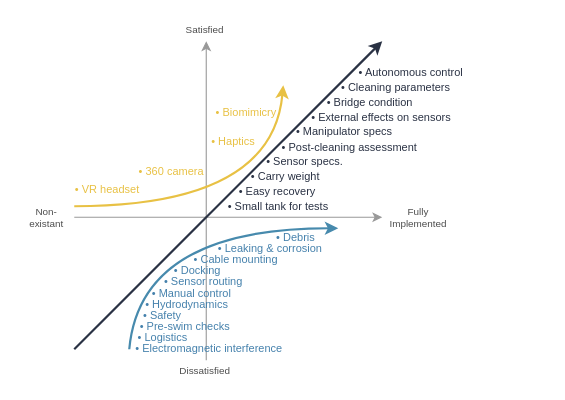
Before: page "kano_spir" (3 of 3) of assets/docs/posts/2025/kano.drawio in Woolfrey/woolfrey.github.io, a draw.io diagram. Source tidied: cells renumbered, new cells numbered last; positions are measured from the earlier drawing's top-left corner, leaving out a move shared by most shapes. Both pictures are drawn from the tidied source at 110%, with x=0, y=0 at pixel (19, 19).
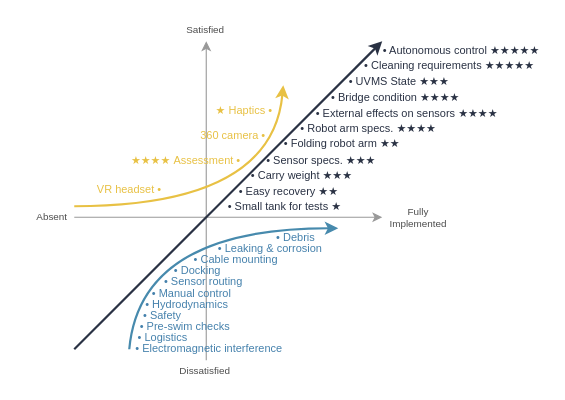
The same page after the edit.

Change to the diagram source:
```diff
@@
-    <mxCell id="5" value="Non-&lt;br&gt;existant" style="text;html=1;strokeColor=none;fillColor=none;align=center;verticalAlign=middle;whiteSpace=wrap;rounded=0;fontColor=#4D4D4D;fontSize=9;" parent="1" vertex="1">
-      <mxGeometry y="170" width="50" height="20" as="geometry" />
+    <mxCell id="5" value="Absent" style="text;html=1;strokeColor=none;fillColor=none;align=center;verticalAlign=middle;whiteSpace=wrap;rounded=0;fontColor=#4D4D4D;fontSize=9;" parent="1" vertex="1">
+      <mxGeometry x="10" y="170" width="40" height="20" as="geometry" />
     </mxCell>
     <mxCell id="6" value="Satisfied" style="text;html=1;strokeColor=none;fillColor=none;align=center;verticalAlign=middle;whiteSpace=wrap;rounded=0;fontColor=#4D4D4D;fontSize=9;" parent="1" vertex="1">
-      <mxGeometry x="129" width="80" height="20" as="geometry" />
+      <mxGeometry x="144.5" width="49" height="20" as="geometry" />
     </mxCell>
@@
-    <mxCell id="11" value="• Small tank for tests" style="text;html=1;strokeColor=none;fillColor=none;align=left;verticalAlign=middle;whiteSpace=wrap;rounded=0;fontSize=10;fontColor=#2A3244;" parent="1" vertex="1">
-      <mxGeometry x="188" y="160" width="100" height="20" as="geometry" />
+    <mxCell id="11" value="• Small tank for tests&amp;nbsp;★" style="text;html=1;strokeColor=none;fillColor=none;align=left;verticalAlign=middle;whiteSpace=wrap;rounded=0;fontSize=10;fontColor=#2A3244;" parent="1" vertex="1">
+      <mxGeometry x="188" y="160" width="122" height="20" as="geometry" />
     </mxCell>
-    <mxCell id="12" value="• Easy recovery" style="text;html=1;strokeColor=none;fillColor=none;align=left;verticalAlign=middle;whiteSpace=wrap;rounded=0;fontSize=10;flipV=1;flipH=0;fontColor=#2A3244;" parent="1" vertex="1">
+    <mxCell id="12" value="• Easy recovery&amp;nbsp;★★" style="text;html=1;strokeColor=none;fillColor=none;align=left;verticalAlign=middle;whiteSpace=wrap;rounded=0;fontSize=10;flipV=1;flipH=0;fontColor=#2A3244;" parent="1" vertex="1">
       <mxGeometry x="198" y="148" width="100" height="16" as="geometry" />
     </mxCell>
-    <mxCell id="13" value="• Carry weight" style="text;html=1;strokeColor=none;fillColor=none;align=left;verticalAlign=middle;whiteSpace=wrap;rounded=0;fontSize=10;flipV=1;flipH=0;fontColor=#2A3244;" parent="1" vertex="1">
-      <mxGeometry x="209" y="135" width="70" height="16" as="geometry" />
+    <mxCell id="13" value="• Carry weight&amp;nbsp;★★★" style="text;html=1;strokeColor=none;fillColor=none;align=left;verticalAlign=middle;whiteSpace=wrap;rounded=0;fontSize=10;flipV=1;flipH=0;fontColor=#2A3244;" parent="1" vertex="1">
+      <mxGeometry x="209" y="134" width="101" height="16" as="geometry" />
     </mxCell>
-    <mxCell id="14" value="• Sensor specs." style="text;html=1;strokeColor=none;fillColor=none;align=left;verticalAlign=middle;whiteSpace=wrap;rounded=0;fontSize=10;flipV=1;flipH=0;fontColor=#2A3244;" parent="1" vertex="1">
-      <mxGeometry x="223" y="121" width="90" height="16" as="geometry" />
+    <mxCell id="14" value="• Sensor specs.&amp;nbsp;★★★" style="text;html=1;strokeColor=none;fillColor=none;align=left;verticalAlign=middle;whiteSpace=wrap;rounded=0;fontSize=10;flipV=1;flipH=0;fontColor=#2A3244;" parent="1" vertex="1">
+      <mxGeometry x="223" y="120" width="107" height="16" as="geometry" />
     </mxCell>
-    <mxCell id="15" value="• Post-cleaning assessment" style="text;html=1;strokeColor=none;fillColor=none;align=left;verticalAlign=middle;whiteSpace=wrap;rounded=0;fontSize=10;flipV=1;flipH=0;fontColor=#2A3244;" parent="1" vertex="1">
-      <mxGeometry x="237" y="108" width="130" height="16" as="geometry" />
+    <mxCell id="15" value="• Folding robot arm&amp;nbsp;★★" style="text;html=1;strokeColor=none;fillColor=none;align=left;verticalAlign=middle;whiteSpace=wrap;rounded=0;fontSize=10;flipV=1;flipH=0;fontColor=#2A3244;" parent="1" vertex="1">
+      <mxGeometry x="239" y="105" width="130" height="16" as="geometry" />
     </mxCell>
-    <mxCell id="16" value="• Manipulator specs" style="text;html=1;strokeColor=none;fillColor=none;align=left;verticalAlign=middle;whiteSpace=wrap;rounded=0;fontSize=10;flipV=1;flipH=0;fontColor=#2A3244;" parent="1" vertex="1">
-      <mxGeometry x="250" y="94" width="93" height="16" as="geometry" />
+    <mxCell id="16" value="• Robot arm specs. ★★★★" style="text;html=1;strokeColor=none;fillColor=none;align=left;verticalAlign=middle;whiteSpace=wrap;rounded=0;fontSize=10;flipV=1;flipH=0;fontColor=#2A3244;" parent="1" vertex="1">
+      <mxGeometry x="254" y="91" width="136" height="16" as="geometry" />
     </mxCell>
-    <mxCell id="17" value="• External effects on sensors" style="text;html=1;strokeColor=none;fillColor=none;align=left;verticalAlign=middle;whiteSpace=wrap;rounded=0;fontSize=10;flipV=1;flipH=0;fontColor=#2A3244;" parent="1" vertex="1">
-      <mxGeometry x="263.5" y="81" width="131.5" height="16" as="geometry" />
+    <mxCell id="17" value="• External effects on sensors&amp;nbsp;★★★★" style="text;html=1;strokeColor=none;fillColor=none;align=left;verticalAlign=middle;whiteSpace=wrap;rounded=0;fontSize=10;flipV=1;flipH=0;fontColor=#2A3244;" parent="1" vertex="1">
+      <mxGeometry x="267.5" y="77" width="172.5" height="16" as="geometry" />
     </mxCell>
-    <mxCell id="18" value="• Bridge condition" style="text;html=1;strokeColor=none;fillColor=none;align=left;verticalAlign=middle;whiteSpace=wrap;rounded=0;fontSize=10;flipV=1;flipH=0;fontColor=#2A3244;" parent="1" vertex="1">
-      <mxGeometry x="278" y="67" width="82" height="16" as="geometry" />
+    <mxCell id="18" value="• Bridge condition&amp;nbsp;★★★★" style="text;html=1;strokeColor=none;fillColor=none;align=left;verticalAlign=middle;whiteSpace=wrap;rounded=0;fontSize=10;flipV=1;flipH=0;fontColor=#2A3244;" parent="1" vertex="1">
+      <mxGeometry x="282" y="63" width="128" height="16" as="geometry" />
     </mxCell>
-    <mxCell id="19" value="• Cleaning parameters" style="text;html=1;strokeColor=none;fillColor=none;align=left;verticalAlign=middle;whiteSpace=wrap;rounded=0;fontSize=10;flipV=1;flipH=0;fontColor=#2A3244;" parent="1" vertex="1">
-      <mxGeometry x="291" y="54" width="102" height="16" as="geometry" />
+    <mxCell id="19" value="• Cleaning requirements&amp;nbsp;★★★★★" style="text;html=1;strokeColor=none;fillColor=none;align=left;verticalAlign=middle;whiteSpace=wrap;rounded=0;fontSize=10;flipV=1;flipH=0;fontColor=#2A3244;" parent="1" vertex="1">
+      <mxGeometry x="312" y="34" width="158" height="16" as="geometry" />
     </mxCell>
-    <mxCell id="20" value="• Autonomous control" style="text;html=1;strokeColor=none;fillColor=none;align=left;verticalAlign=middle;whiteSpace=wrap;rounded=0;fontSize=10;flipV=1;flipH=0;fontColor=#2A3244;" parent="1" vertex="1">
-      <mxGeometry x="307" y="40" width="102" height="16" as="geometry" />
+    <mxCell id="20" value="• Autonomous control&amp;nbsp;★★★★★" style="text;html=1;strokeColor=none;fillColor=none;align=left;verticalAlign=middle;whiteSpace=wrap;rounded=0;fontSize=10;flipV=1;flipH=0;fontColor=#2A3244;" parent="1" vertex="1">
+      <mxGeometry x="329" y="20" width="151" height="16" as="geometry" />
     </mxCell>
@@
-    <mxCell id="32" value="• VR headset" style="text;html=1;strokeColor=none;fillColor=none;align=left;verticalAlign=middle;whiteSpace=wrap;rounded=0;fontSize=10;fontColor=#E8C144;" parent="1" vertex="1">
-      <mxGeometry x="49" y="144" width="70" height="20" as="geometry" />
+    <mxCell id="32" value="VR headset •" style="text;html=1;strokeColor=none;fillColor=none;align=left;verticalAlign=middle;whiteSpace=wrap;rounded=0;fontSize=10;fontColor=#E8C144;" parent="1" vertex="1">
+      <mxGeometry x="69" y="144" width="70" height="20" as="geometry" />
     </mxCell>
-    <mxCell id="33" value="• 360 camera" style="text;html=1;strokeColor=none;fillColor=none;align=left;verticalAlign=middle;whiteSpace=wrap;rounded=0;fontSize=10;fontColor=#E8C144;" parent="1" vertex="1">
-      <mxGeometry x="107" y="128" width="70" height="20" as="geometry" />
+    <mxCell id="33" value="360 camera •" style="text;html=1;strokeColor=none;fillColor=none;align=left;verticalAlign=middle;whiteSpace=wrap;rounded=0;fontSize=10;fontColor=#E8C144;" parent="1" vertex="1">
+      <mxGeometry x="163" y="95" width="70" height="20" as="geometry" />
     </mxCell>
-    <mxCell id="34" value="• Biomimicry" style="text;html=1;strokeColor=none;fillColor=none;align=left;verticalAlign=middle;whiteSpace=wrap;rounded=0;fontSize=10;fontColor=#E8C144;" parent="1" vertex="1">
-      <mxGeometry x="177" y="74" width="60" height="20" as="geometry" />
-    </mxCell>
-    <mxCell id="35" value="• Haptics" style="text;html=1;strokeColor=none;fillColor=none;align=left;verticalAlign=middle;whiteSpace=wrap;rounded=0;fontSize=10;fontColor=#E8C144;" parent="1" vertex="1">
-      <mxGeometry x="173" y="101" width="49" height="20" as="geometry" />
+    <mxCell id="35" value="★ Haptics •" style="text;html=1;strokeColor=none;fillColor=none;align=left;verticalAlign=middle;whiteSpace=wrap;rounded=0;fontSize=10;fontColor=#E8C144;" parent="1" vertex="1">
+      <mxGeometry x="177" y="73" width="59" height="20" as="geometry" />
     </mxCell>
+    <mxCell id="36" value="• UVMS State ★★★" style="text;html=1;strokeColor=none;fillColor=none;align=left;verticalAlign=middle;whiteSpace=wrap;rounded=0;fontSize=10;flipV=1;flipH=0;fontColor=#2A3244;" parent="1" vertex="1">
+      <mxGeometry x="298" y="48" width="102" height="16" as="geometry" />
+    </mxCell>
+    <mxCell id="37" value="★★★★&amp;nbsp;Assessment •" style="text;html=1;strokeColor=none;fillColor=none;align=left;verticalAlign=middle;whiteSpace=wrap;rounded=0;fontSize=10;fontColor=#E8C144;" parent="1" vertex="1">
+      <mxGeometry x="100" y="118" width="109" height="20" as="geometry" />
+    </mxCell>
```
